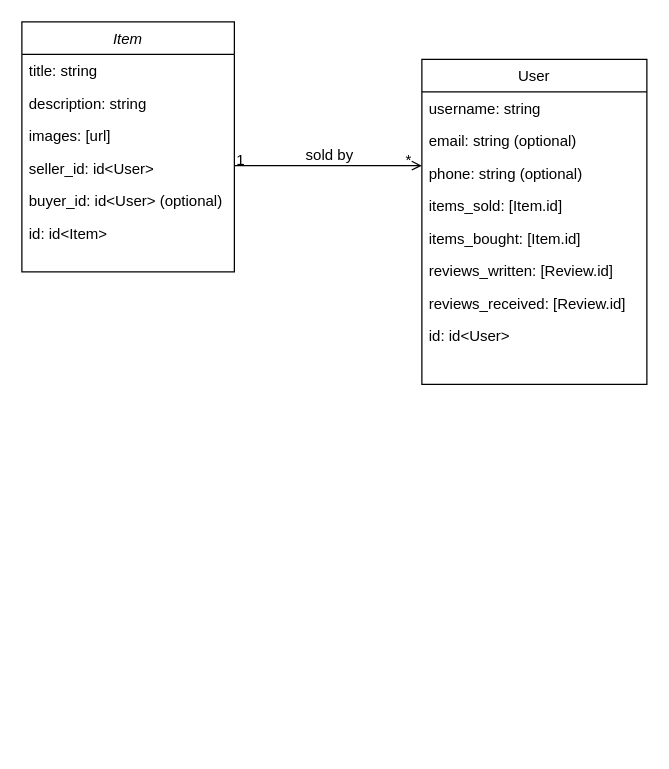
This is Untitled Diagram.drawio from davepatel2/StuffEx---full-stack, a draw.io file, before an edit. Source tidied: cells renumbered, new cells numbered last; positions are measured from the earlier drawing's top-left corner, leaving out a move shared by most shapes. Both pictures are drawn from the tidied source at 125%, with x=0, y=0 at pixel (21, 21).
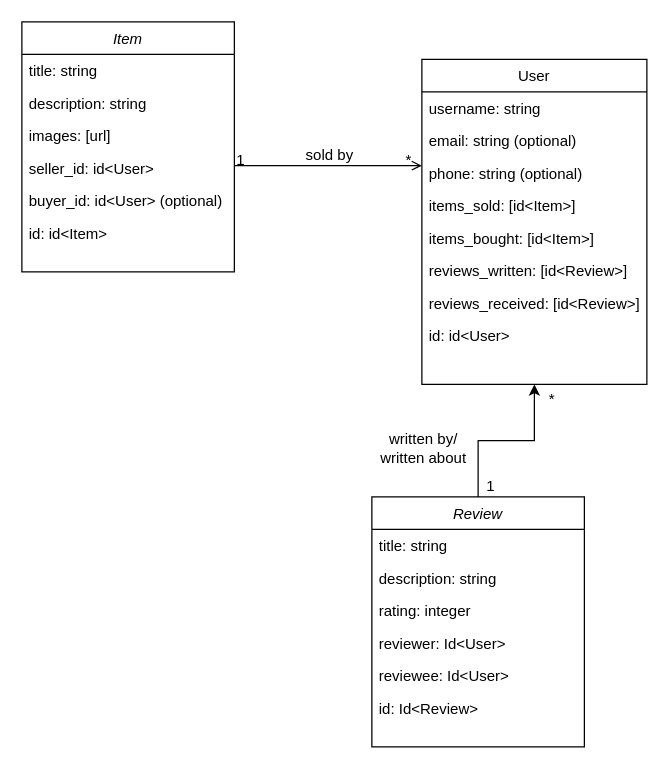
The same page after the edit.

Commit message:
Add review to class diagram

The change refers to these unchanged cells:
```xml
<mxCell id="9" value="User" style="swimlane;fontStyle=0;align=center;verticalAlign=top;horizontal=1;startSize=26;rounded=0;shadow=0;strokeWidth=1;" parent="1" vertex="1">
  <mxGeometry x="320" y="30" width="180" height="260" as="geometry" />
</mxCell>
```

What changed in the source:
```diff
@@
-    <mxCell id="13" value="items_sold: [Item.id]" style="text;align=left;verticalAlign=top;spacingLeft=4;spacingRight=4;overflow=hidden;rounded=0;shadow=0;html=0;" parent="9" vertex="1">
+    <mxCell id="13" value="items_sold: [id&lt;Item&gt;]" style="text;align=left;verticalAlign=top;spacingLeft=4;spacingRight=4;overflow=hidden;rounded=0;shadow=0;html=0;" parent="9" vertex="1">
       <mxGeometry y="104" width="180" height="26" as="geometry" />
     </mxCell>
-    <mxCell id="14" value="items_bought: [Item.id]" style="text;align=left;verticalAlign=top;spacingLeft=4;spacingRight=4;overflow=hidden;rounded=0;shadow=0;html=0;" parent="9" vertex="1">
+    <mxCell id="14" value="items_bought: [id&lt;Item&gt;]" style="text;align=left;verticalAlign=top;spacingLeft=4;spacingRight=4;overflow=hidden;rounded=0;shadow=0;html=0;" parent="9" vertex="1">
       <mxGeometry y="130" width="180" height="26" as="geometry" />
     </mxCell>
-    <mxCell id="15" value="reviews_written: [Review.id]" style="text;align=left;verticalAlign=top;spacingLeft=4;spacingRight=4;overflow=hidden;rounded=0;shadow=0;html=0;" parent="9" vertex="1">
+    <mxCell id="15" value="reviews_written: [id&lt;Review&gt;]" style="text;align=left;verticalAlign=top;spacingLeft=4;spacingRight=4;overflow=hidden;rounded=0;shadow=0;html=0;" parent="9" vertex="1">
       <mxGeometry y="156" width="180" height="26" as="geometry" />
     </mxCell>
-    <mxCell id="16" value="reviews_received: [Review.id]" style="text;align=left;verticalAlign=top;spacingLeft=4;spacingRight=4;overflow=hidden;rounded=0;shadow=0;html=0;" parent="9" vertex="1">
+    <mxCell id="16" value="reviews_received: [id&lt;Review&gt;]" style="text;align=left;verticalAlign=top;spacingLeft=4;spacingRight=4;overflow=hidden;rounded=0;shadow=0;html=0;" parent="9" vertex="1">
       <mxGeometry y="182" width="180" height="26" as="geometry" />
     </mxCell>
@@
+    <mxCell id="22" style="edgeStyle=orthogonalEdgeStyle;rounded=0;jettySize=auto;html=1;exitX=0.5;exitY=0;exitDx=0;exitDy=0;entryX=0.5;entryY=1;entryDx=0;entryDy=0;" parent="1" edge="1" source="23" target="9">
+      <mxGeometry relative="1" as="geometry" />
+    </mxCell>
+    <mxCell id="23" value="Review" style="swimlane;fontStyle=2;align=center;verticalAlign=top;horizontal=1;startSize=26;rounded=0;shadow=0;strokeWidth=1;" parent="1" vertex="1">
+      <mxGeometry x="280" y="380" width="170" height="200" as="geometry" />
+    </mxCell>
+    <mxCell id="24" value="title: string" style="text;align=left;verticalAlign=top;spacingLeft=4;spacingRight=4;overflow=hidden;" parent="23" vertex="1">
+      <mxGeometry y="26" width="170" height="26" as="geometry" />
+    </mxCell>
+    <mxCell id="25" value="description: string" style="text;align=left;verticalAlign=top;spacingLeft=4;spacingRight=4;overflow=hidden;rounded=0;shadow=0;html=0;" parent="23" vertex="1">
+      <mxGeometry y="52" width="170" height="26" as="geometry" />
+    </mxCell>
+    <mxCell id="26" value="rating: integer" style="text;align=left;verticalAlign=top;spacingLeft=4;spacingRight=4;overflow=hidden;rounded=0;shadow=0;html=0;" parent="23" vertex="1">
+      <mxGeometry y="78" width="170" height="26" as="geometry" />
+    </mxCell>
+    <mxCell id="27" value="reviewer: Id&lt;User&gt;" style="text;align=left;verticalAlign=top;spacingLeft=4;spacingRight=4;overflow=hidden;rounded=0;shadow=0;html=0;" parent="23" vertex="1">
+      <mxGeometry y="104" width="170" height="26" as="geometry" />
+    </mxCell>
+    <mxCell id="28" value="reviewee: Id&lt;User&gt;" style="text;align=left;verticalAlign=top;spacingLeft=4;spacingRight=4;overflow=hidden;rounded=0;shadow=0;html=0;" parent="23" vertex="1">
+      <mxGeometry y="130" width="170" height="26" as="geometry" />
+    </mxCell>
+    <mxCell id="29" value="id: Id&lt;Review&gt;" style="text;align=left;verticalAlign=top;spacingLeft=4;spacingRight=4;overflow=hidden;rounded=0;shadow=0;html=0;" parent="23" vertex="1">
+      <mxGeometry y="156" width="170" height="26" as="geometry" />
+    </mxCell>
+    <mxCell id="30" value="written by/&lt;br&gt;written about" style="text;html=1;align=center;verticalAlign=middle;labelBackgroundColor=none;rounded=0;shadow=0;strokeWidth=1;fontSize=12;" parent="1" vertex="1">
+      <mxGeometry x="320" y="340" as="geometry" />
+    </mxCell>
+    <mxCell id="31" value="*" style="align=left;verticalAlign=bottom;labelBackgroundColor=none;fontSize=12;" parent="1" vertex="1">
+      <mxGeometry x="420" y="310" as="geometry" />
+    </mxCell>
+    <mxCell id="32" value="1" style="align=left;verticalAlign=bottom;labelBackgroundColor=none;fontSize=12;" parent="1" vertex="1">
+      <mxGeometry x="370" y="380" as="geometry" />
+    </mxCell>
```
